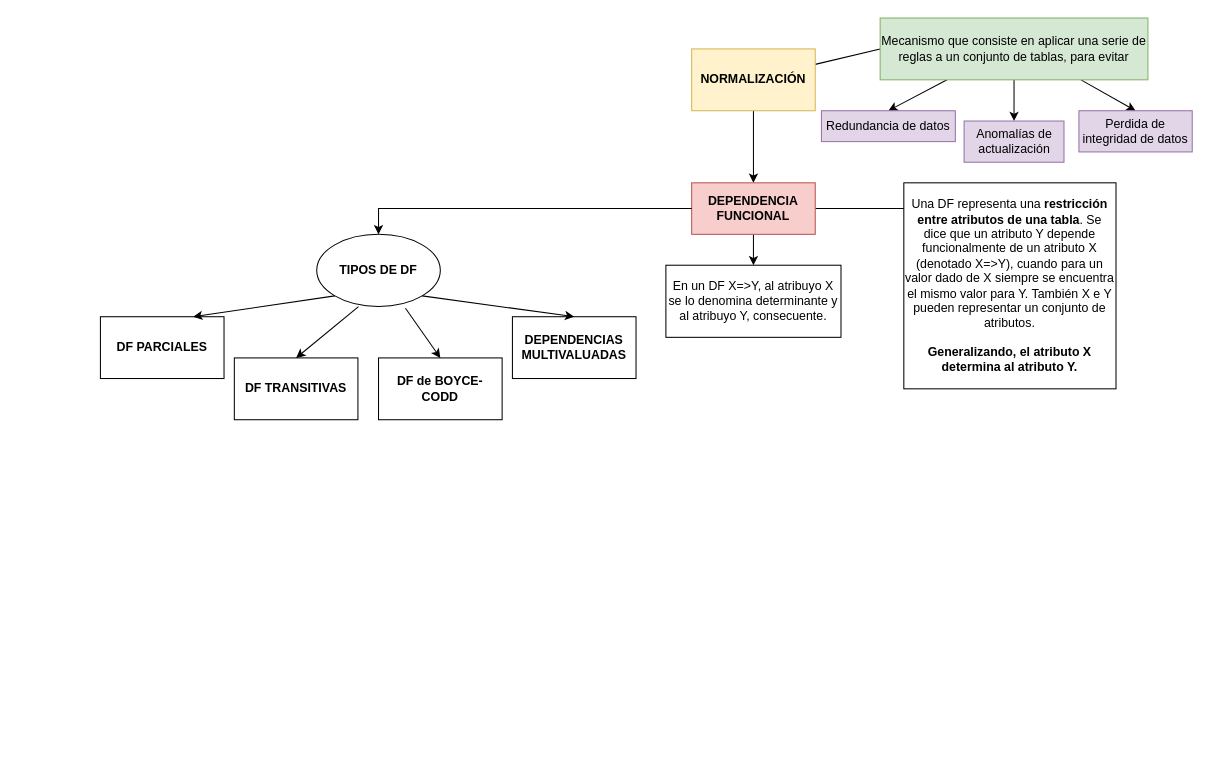
senras/DBD keeps this draw.io diagram as page "Normalización" (6 of 6) of Diagrama-resumen.drawio. Above is the earlier version. Source tidied: cells renumbered, new cells numbered last; positions are measured from the earlier drawing's top-left corner, leaving out a move shared by most shapes. Both pictures are drawn from the tidied source at 103%, with x=0, y=0 at pixel (100, 18).
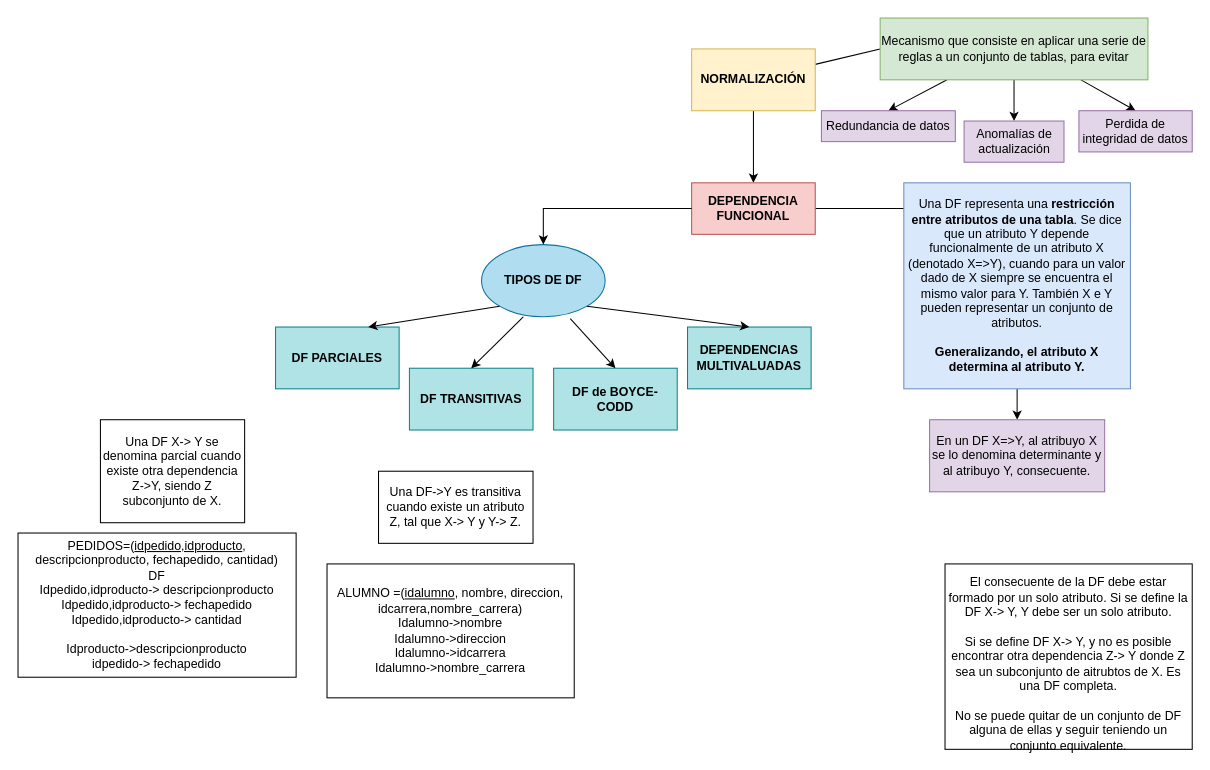
The same page after the edit.

Unchanged cells that the change refers to:
```xml
<mxCell id="11" value="DEPENDENCIA FUNCIONAL&lt;br&gt;" style="rounded=0;whiteSpace=wrap;html=1;fillColor=#f8cecc;strokeColor=#b85450;fontStyle=1;" parent="1" vertex="1">
  <mxGeometry x="574" y="160" width="120" height="50" as="geometry" />
</mxCell>
```

Change to the diagram source:
```diff
@@
-    <mxCell id="10" style="edgeStyle=orthogonalEdgeStyle;rounded=0;jettySize=auto;html=1;exitX=0.5;exitY=1;exitDx=0;exitDy=0;entryX=0.5;entryY=0;entryDx=0;entryDy=0;endArrow=classic;endFill=1;" parent="1" edge="1" source="11" target="25">
-      <mxGeometry relative="1" as="geometry" />
-    </mxCell>
@@
+    <mxCell id="27" style="edgeStyle=orthogonalEdgeStyle;rounded=0;jettySize=auto;html=1;exitX=0.5;exitY=1;exitDx=0;exitDy=0;entryX=0.5;entryY=0;entryDx=0;entryDy=0;" parent="1" edge="1" source="12" target="25">
+      <mxGeometry relative="1" as="geometry" />
+    </mxCell>
-    <mxCell id="12" value="Una DF representa una &lt;b&gt;restricción entre atributos de una tabla&lt;/b&gt;. Se dice que un atributo Y depende funcionalmente de un atributo X (denotado X=&amp;gt;Y), cuando para un valor dado de X siempre se encuentra el mismo valor para Y. También X e Y pueden representar un conjunto de atributos.&lt;br&gt;&lt;br&gt;&lt;b&gt;Generalizando, el atributo X determina al atributo Y.&lt;/b&gt;" style="rounded=0;whiteSpace=wrap;html=1;" parent="1" vertex="1">
-      <mxGeometry x="780" y="160" width="206" height="200" as="geometry" />
+    <mxCell id="12" value="Una DF representa una &lt;b&gt;restricción entre atributos de una tabla&lt;/b&gt;. Se dice que un atributo Y depende funcionalmente de un atributo X (denotado X=&amp;gt;Y), cuando para un valor dado de X siempre se encuentra el mismo valor para Y. También X e Y pueden representar un conjunto de atributos.&lt;br&gt;&lt;br&gt;&lt;b&gt;Generalizando, el atributo X determina al atributo Y.&lt;/b&gt;" style="rounded=0;whiteSpace=wrap;html=1;fillColor=#dae8fc;strokeColor=#6c8ebf;" parent="1" vertex="1">
+      <mxGeometry x="780" y="160" width="220" height="200" as="geometry" />
     </mxCell>
-    <mxCell id="13" value="&lt;b&gt;DF PARCIALES&lt;/b&gt;" style="rounded=0;whiteSpace=wrap;html=1;" parent="1" vertex="1">
-      <mxGeometry y="290" width="120" height="60" as="geometry" />
+    <mxCell id="13" value="&lt;b&gt;DF PARCIALES&lt;/b&gt;" style="rounded=0;whiteSpace=wrap;html=1;fillColor=#b0e3e6;strokeColor=#0e8088;" parent="1" vertex="1">
+      <mxGeometry x="170" y="300" width="120" height="60" as="geometry" />
     </mxCell>
-    <mxCell id="14" value="&lt;b&gt;DF TRANSITIVAS&lt;/b&gt;" style="rounded=0;whiteSpace=wrap;html=1;" parent="1" vertex="1">
-      <mxGeometry x="130" y="330" width="120" height="60" as="geometry" />
+    <mxCell id="14" value="&lt;b&gt;DF TRANSITIVAS&lt;/b&gt;" style="rounded=0;whiteSpace=wrap;html=1;fillColor=#b0e3e6;strokeColor=#0e8088;" parent="1" vertex="1">
+      <mxGeometry x="300" y="340" width="120" height="60" as="geometry" />
     </mxCell>
-    <mxCell id="15" value="DF de BOYCE-CODD" style="rounded=0;whiteSpace=wrap;html=1;fontStyle=1;" parent="1" vertex="1">
-      <mxGeometry x="270" y="330" width="120" height="60" as="geometry" />
+    <mxCell id="15" value="DF de BOYCE-CODD" style="rounded=0;whiteSpace=wrap;html=1;fontStyle=1;fillColor=#b0e3e6;strokeColor=#0e8088;" parent="1" vertex="1">
+      <mxGeometry x="440" y="340" width="120" height="60" as="geometry" />
     </mxCell>
-    <mxCell id="16" value="&lt;b&gt;DEPENDENCIAS MULTIVALUADAS&lt;/b&gt;" style="rounded=0;whiteSpace=wrap;html=1;" parent="1" vertex="1">
-      <mxGeometry x="400" y="290" width="120" height="60" as="geometry" />
+    <mxCell id="16" value="&lt;b&gt;DEPENDENCIAS MULTIVALUADAS&lt;/b&gt;" style="rounded=0;whiteSpace=wrap;html=1;fillColor=#b0e3e6;strokeColor=#0e8088;" parent="1" vertex="1">
+      <mxGeometry x="570" y="300" width="120" height="60" as="geometry" />
     </mxCell>
@@
-    <mxCell id="20" value="&lt;b&gt;TIPOS DE DF&lt;/b&gt;" style="ellipse;whiteSpace=wrap;html=1;" parent="1" vertex="1">
-      <mxGeometry x="210" y="210" width="120" height="70" as="geometry" />
+    <mxCell id="20" value="&lt;b&gt;TIPOS DE DF&lt;/b&gt;" style="ellipse;whiteSpace=wrap;html=1;fillColor=#b1ddf0;strokeColor=#10739e;" parent="1" vertex="1">
+      <mxGeometry x="370" y="220" width="120" height="70" as="geometry" />
     </mxCell>
@@
-    <mxCell id="25" value="En un DF X=&amp;gt;Y, al atribuyo X se lo denomina determinante y al atribuyo Y, consecuente." style="rounded=0;whiteSpace=wrap;html=1;" parent="1" vertex="1">
-      <mxGeometry x="549" y="240" width="170" height="70" as="geometry" />
+    <mxCell id="25" value="En un DF X=&amp;gt;Y, al atribuyo X se lo denomina determinante y al atribuyo Y, consecuente." style="rounded=0;whiteSpace=wrap;html=1;fillColor=#e1d5e7;strokeColor=#9673a6;" parent="1" vertex="1">
+      <mxGeometry x="805" y="390" width="170" height="70" as="geometry" />
     </mxCell>
@@
+    <mxCell id="28" value="&lt;br&gt;El consecuente de la DF debe estar formado por un solo atributo. Si se define la DF X-&amp;gt; Y, Y debe ser un solo atributo.&lt;br&gt;&lt;br&gt;Si se define DF X-&amp;gt; Y, y no es posible encontrar otra dependencia Z-&amp;gt; Y donde Z sea un subconjunto de aitrubtos de X. Es una DF completa.&lt;br&gt;&lt;br&gt;No se puede quitar de un conjunto de DF alguna de ellas y seguir teniendo un conjunto equivalente." style="rounded=0;whiteSpace=wrap;html=1;" parent="1" vertex="1">
+      <mxGeometry x="820" y="530" width="240" height="180" as="geometry" />
+    </mxCell>
+    <mxCell id="29" value="Una DF X-&amp;gt; Y se denomina parcial cuando existe otra dependencia Z-&amp;gt;Y, siendo Z subconjunto de X." style="rounded=0;whiteSpace=wrap;html=1;" parent="1" vertex="1">
+      <mxGeometry y="390" width="140" height="100" as="geometry" />
+    </mxCell>
+    <mxCell id="30" value="Una DF-&amp;gt;Y es transitiva cuando existe un atributo Z, tal que X-&amp;gt; Y y Y-&amp;gt; Z." style="rounded=0;whiteSpace=wrap;html=1;" parent="1" vertex="1">
+      <mxGeometry x="270" y="440" width="150" height="70" as="geometry" />
+    </mxCell>
+    <mxCell id="31" value="PEDIDOS=(&lt;u&gt;idpedido,idproducto&lt;/u&gt;, descripcionproducto, fechapedido, cantidad)&lt;br&gt;DF&lt;br&gt;Idpedido,idproducto-&amp;gt; descripcionproducto&lt;br&gt;Idpedido,idproducto-&amp;gt; fechapedido&lt;br&gt;Idpedido,idproducto-&amp;gt; cantidad&lt;br&gt;&lt;br&gt;Idproducto-&amp;gt;descripcionproducto&lt;br&gt;idpedido-&amp;gt; fechapedido" style="rounded=0;whiteSpace=wrap;html=1;" parent="1" vertex="1">
+      <mxGeometry x="-80" y="500" width="270" height="140" as="geometry" />
+    </mxCell>
+    <mxCell id="32" value="ALUMNO =(&lt;u&gt;idalumno&lt;/u&gt;, nombre, direccion, idcarrera,nombre_carrera)&lt;br&gt;Idalumno-&amp;gt;nombre&lt;br&gt;Idalumno-&amp;gt;direccion&lt;br&gt;Idalumno-&amp;gt;idcarrera&lt;br&gt;Idalumno-&amp;gt;nombre_carrera" style="rounded=0;whiteSpace=wrap;html=1;" parent="1" vertex="1">
+      <mxGeometry x="220" y="530" width="240" height="130" as="geometry" />
+    </mxCell>
```
